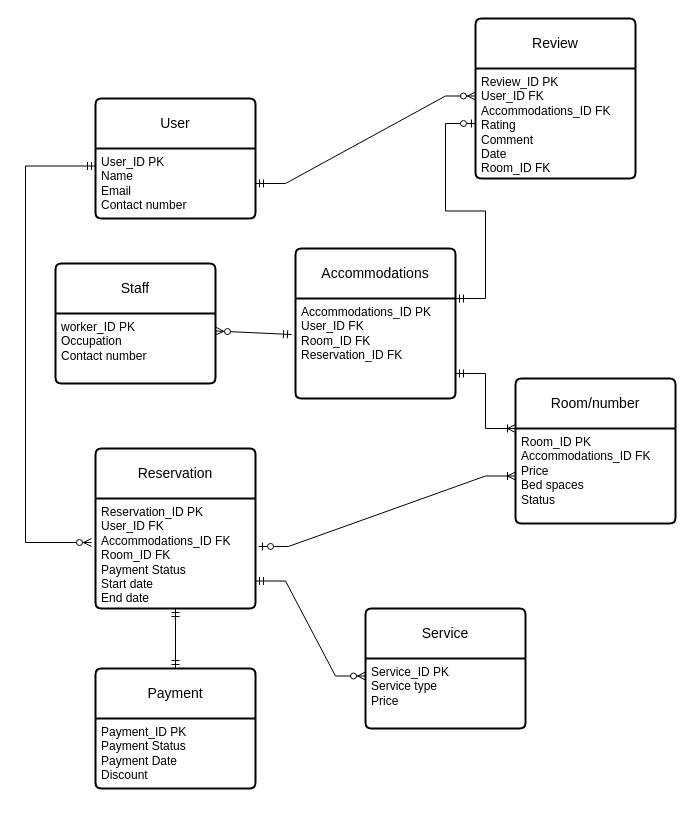
M1RVKL/MavpoLabs keeps this draw.io diagram as Crow`sFoot.drawio. Above is the earlier version. Source tidied: cells renumbered, new cells numbered last; positions are measured from the earlier drawing's top-left corner, leaving out a move shared by most shapes. Both pictures are drawn from the tidied source at 100%, with x=0, y=0 at pixel (25, 18).
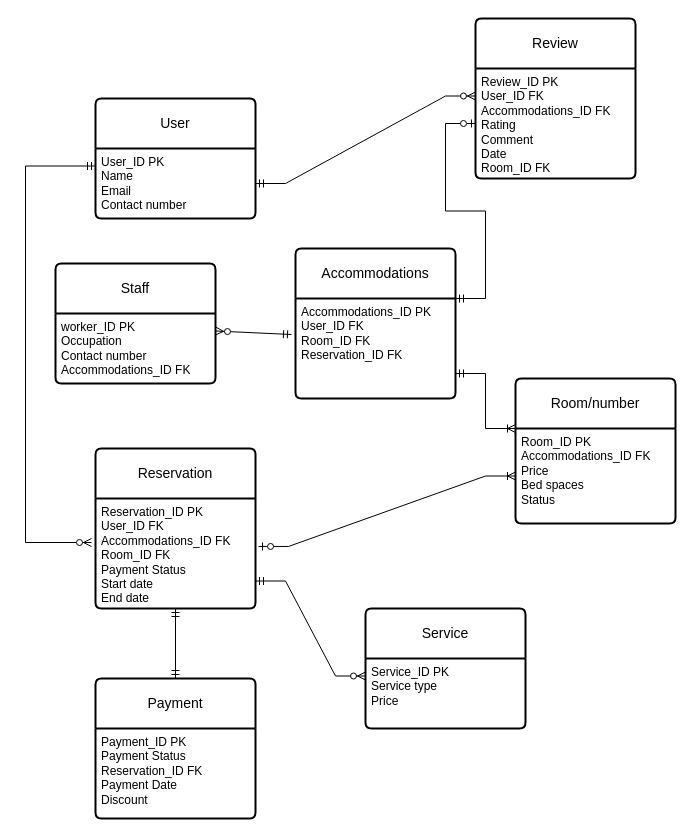
After the change.

Commit message:
Crow`s foot vFin

The change refers to these unchanged cells:
```xml
<mxCell id="19" value="Staff" style="swimlane;horizontal=1;startSize=50;rounded=1;fontSize=14;fontStyle=0;strokeWidth=2;shadow=0;dashed=0;align=center;arcSize=4;whiteSpace=wrap;html=1;" parent="1" vertex="1">
  <mxGeometry x="30" y="245" width="160" height="120" as="geometry" />
</mxCell>
```

Change to the diagram source:
```diff
@@
     <mxCell id="17" value="Payment" style="swimlane;horizontal=1;startSize=50;rounded=1;fontSize=14;fontStyle=0;strokeWidth=2;shadow=0;dashed=0;align=center;arcSize=4;whiteSpace=wrap;html=1;" parent="1" vertex="1">
-      <mxGeometry x="70" y="650" width="160" height="120" as="geometry" />
+      <mxGeometry x="70" y="660" width="160" height="140" as="geometry" />
     </mxCell>
-    <mxCell id="18" value="Payment_ID PK&lt;div&gt;Payment Status&lt;/div&gt;&lt;div&gt;Payment Date&lt;/div&gt;&lt;div&gt;Discount&lt;/div&gt;" style="align=left;strokeColor=none;fillColor=none;spacingLeft=4;spacingRight=4;fontSize=12;verticalAlign=top;html=1;whiteSpace=wrap;" parent="17" vertex="1">
-      <mxGeometry y="50" width="160" height="70" as="geometry" />
+    <mxCell id="18" value="Payment_ID PK&lt;div&gt;Payment Status&lt;/div&gt;&lt;div&gt;Reservation_ID FK&lt;/div&gt;&lt;div&gt;Payment Date&lt;/div&gt;&lt;div&gt;Discount&lt;/div&gt;" style="align=left;strokeColor=none;fillColor=none;spacingLeft=4;spacingRight=4;fontSize=12;verticalAlign=top;html=1;whiteSpace=wrap;" parent="17" vertex="1">
+      <mxGeometry y="50" width="160" height="90" as="geometry" />
     </mxCell>
@@
-    <mxCell id="20" value="worker_ID PK&lt;div&gt;Occupation&lt;br&gt;Contact number&lt;br&gt;&lt;div&gt;&lt;br&gt;&lt;/div&gt;&lt;/div&gt;" style="align=left;strokeColor=none;fillColor=none;spacingLeft=4;spacingRight=4;fontSize=12;verticalAlign=top;html=1;whiteSpace=wrap;" parent="19" vertex="1">
+    <mxCell id="20" value="worker_ID PK&lt;div&gt;Occupation&lt;br&gt;Contact number&lt;/div&gt;&lt;div&gt;Accommodations_ID FK&lt;br&gt;&lt;div&gt;&lt;br&gt;&lt;/div&gt;&lt;/div&gt;" style="align=left;strokeColor=none;fillColor=none;spacingLeft=4;spacingRight=4;fontSize=12;verticalAlign=top;html=1;whiteSpace=wrap;" parent="19" vertex="1">
       <mxGeometry y="50" width="160" height="70" as="geometry" />
     </mxCell>
```
